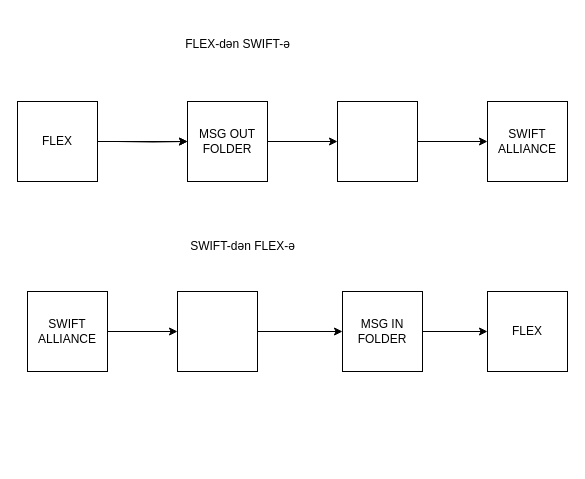
Above: Untitled Diagram.drawio in Jalal1995/demoQualifier (draw.io), before the change. Source tidied: cells renumbered, new cells numbered last; positions are measured from the earlier drawing's top-left corner, leaving out a move shared by most shapes. Both pictures are drawn from the tidied source at 100%, with x=0, y=0 at pixel (17, 29).
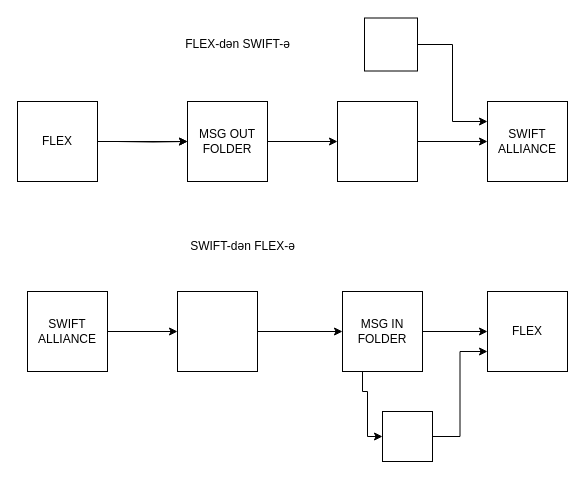
Above is the later version.

The change refers to these unchanged cells:
```xml
<mxCell id="5" value="SWIFT ALLIANCE" style="whiteSpace=wrap;html=1;" parent="1" vertex="1">
  <mxGeometry x="470" y="72" width="80" height="80" as="geometry" />
</mxCell>
<mxCell id="13" value="MSG IN FOLDER" style="whiteSpace=wrap;html=1;" parent="1" vertex="1">
  <mxGeometry x="325" y="262" width="80" height="80" as="geometry" />
</mxCell>
<mxCell id="14" value="FLEX" style="whiteSpace=wrap;html=1;" parent="1" vertex="1">
  <mxGeometry x="470" y="262" width="80" height="80" as="geometry" />
</mxCell>
```

Change to the diagram source:
```diff
@@
+    <mxCell id="19" style="edgeStyle=orthogonalEdgeStyle;rounded=0;jettySize=auto;html=1;exitX=0.25;exitY=1;exitDx=0;exitDy=0;" parent="1" edge="1" source="13" target="22">
+      <mxGeometry relative="1" as="geometry">
+        <Array as="points">
+          <mxPoint x="345" y="362" />
+          <mxPoint x="350" y="362" />
+          <mxPoint x="350" y="407" />
+        </Array>
+      </mxGeometry>
+    </mxCell>
@@
+    <mxCell id="20" style="edgeStyle=orthogonalEdgeStyle;rounded=0;jettySize=auto;html=1;entryX=0;entryY=0.25;entryDx=0;entryDy=0;" parent="1" edge="1" source="21" target="5">
+      <mxGeometry relative="1" as="geometry" />
+    </mxCell>
+    <mxCell id="21" style="whiteSpace=wrap;html=1;" parent="1" vertex="1">
+      <mxGeometry x="347" y="-11.5" width="53" height="53" as="geometry" />
+    </mxCell>
+    <mxCell id="22" style="whiteSpace=wrap;html=1;" parent="1" vertex="1">
+      <mxGeometry x="365" y="382" width="50" height="50" as="geometry" />
+    </mxCell>
+    <mxCell id="23" style="edgeStyle=orthogonalEdgeStyle;rounded=0;jettySize=auto;html=1;entryX=0;entryY=0.75;entryDx=0;entryDy=0;" parent="1" edge="1" source="22" target="14">
+      <mxGeometry relative="1" as="geometry" />
+    </mxCell>
```
